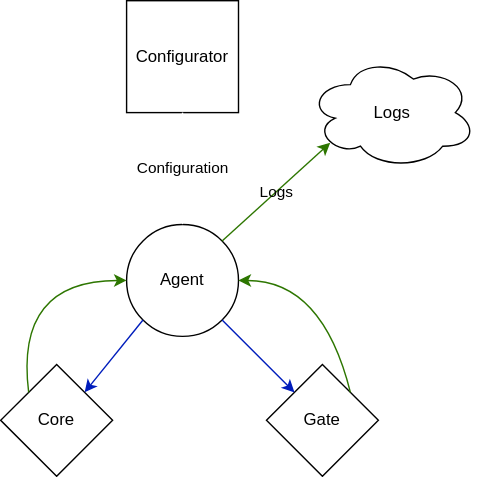
Before: scheme.svg, a diagram exported from draw.io (RoboTradeCode/agent). Source tidied: cells renumbered, new cells last; positions are measured from the earlier drawing's top-left corner, leaving out a move shared by most shapes.
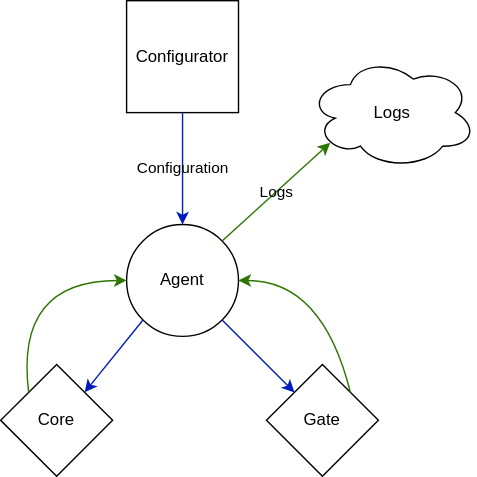
The same file after the commit.

What changed in the source:
```diff
@@ -23,7 +23,7 @@
     <mxCell id="8" style="endArrow=classic;html=1;rounded=0;exitX=1;exitY=1;exitDx=0;exitDy=0;entryX=0;entryY=0;entryDx=0;entryDy=0;fillColor=#0050ef;strokeColor=#001DBC;" parent="1" edge="1" source="2" target="5">
       <mxGeometry relative="1" as="geometry" />
     </mxCell>
-    <mxCell id="9" value="Configuration" style="endArrow=classic;html=1;rounded=0;entryX=0.5;entryY=0;entryDx=0;entryDy=0;exitX=0.5;exitY=1;exitDx=0;exitDy=0;fillColor=#0050ef;strokeColor=default;labelBackgroundColor=none;" parent="1" edge="1" source="3" target="2">
+    <mxCell id="9" value="Configuration" style="endArrow=classic;html=1;rounded=0;entryX=0.5;entryY=0;entryDx=0;entryDy=0;exitX=0.5;exitY=1;exitDx=0;exitDy=0;fillColor=#0050ef;strokeColor=#001DBC;labelBackgroundColor=none;" parent="1" edge="1" source="3" target="2">
       <mxGeometry relative="1" as="geometry" />
     </mxCell>
     <mxCell id="10" style="curved=1;endArrow=classic;html=1;rounded=0;exitX=0;exitY=0;exitDx=0;exitDy=0;entryX=0;entryY=0.5;entryDx=0;entryDy=0;fillColor=#60a917;strokeColor=#2D7600;" parent="1" edge="1" source="4" target="2">
```
